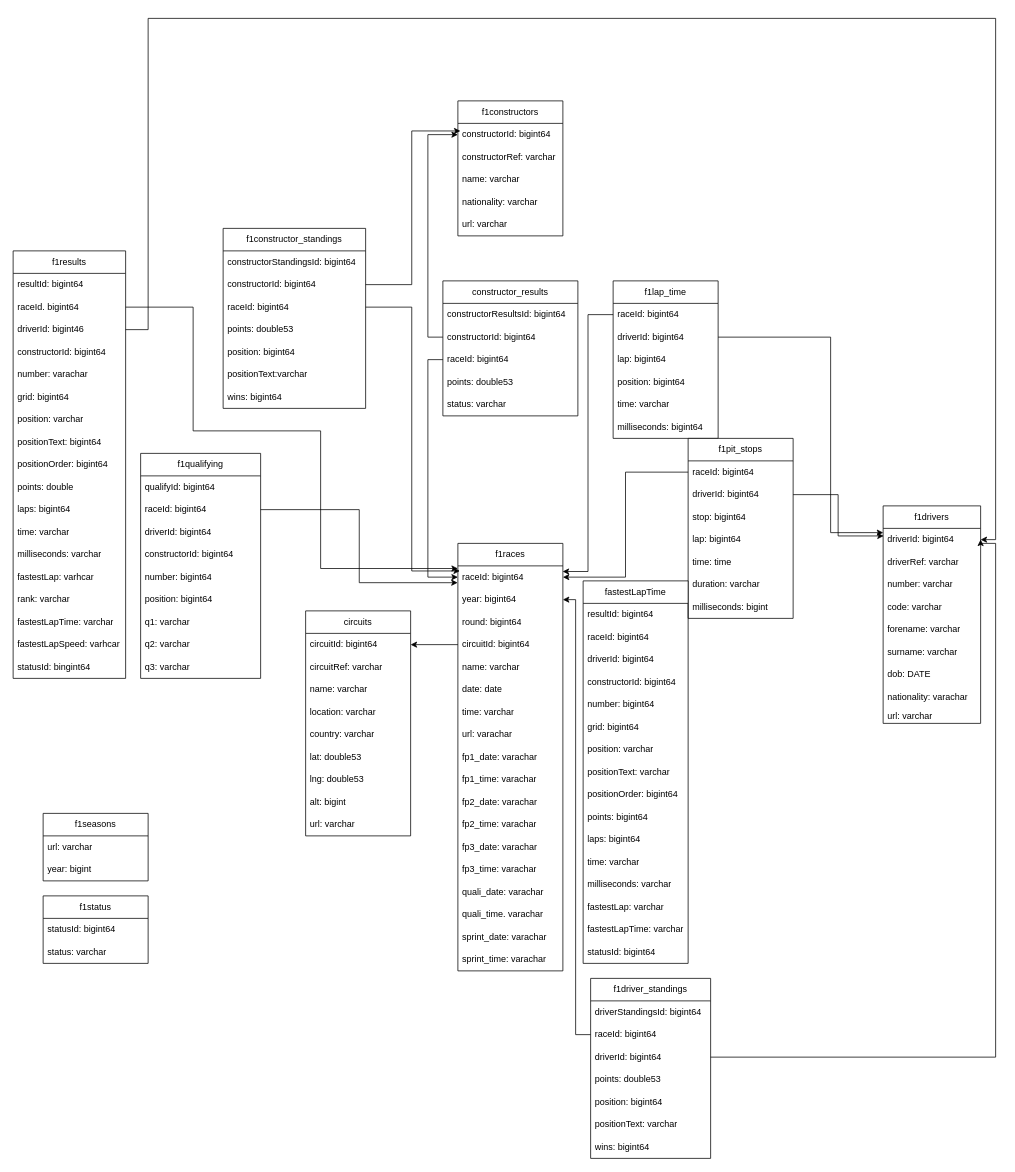
Above: er_diagram/formula1_predictor.drawio in Vence85/formula1_predictor (draw.io), before the change. Source tidied: cells renumbered, new cells numbered last; positions are measured from the earlier drawing's top-left corner, leaving out a move shared by most shapes. Both pictures are drawn from the tidied source at 75%, with x=0, y=0 at pixel (13, 18).
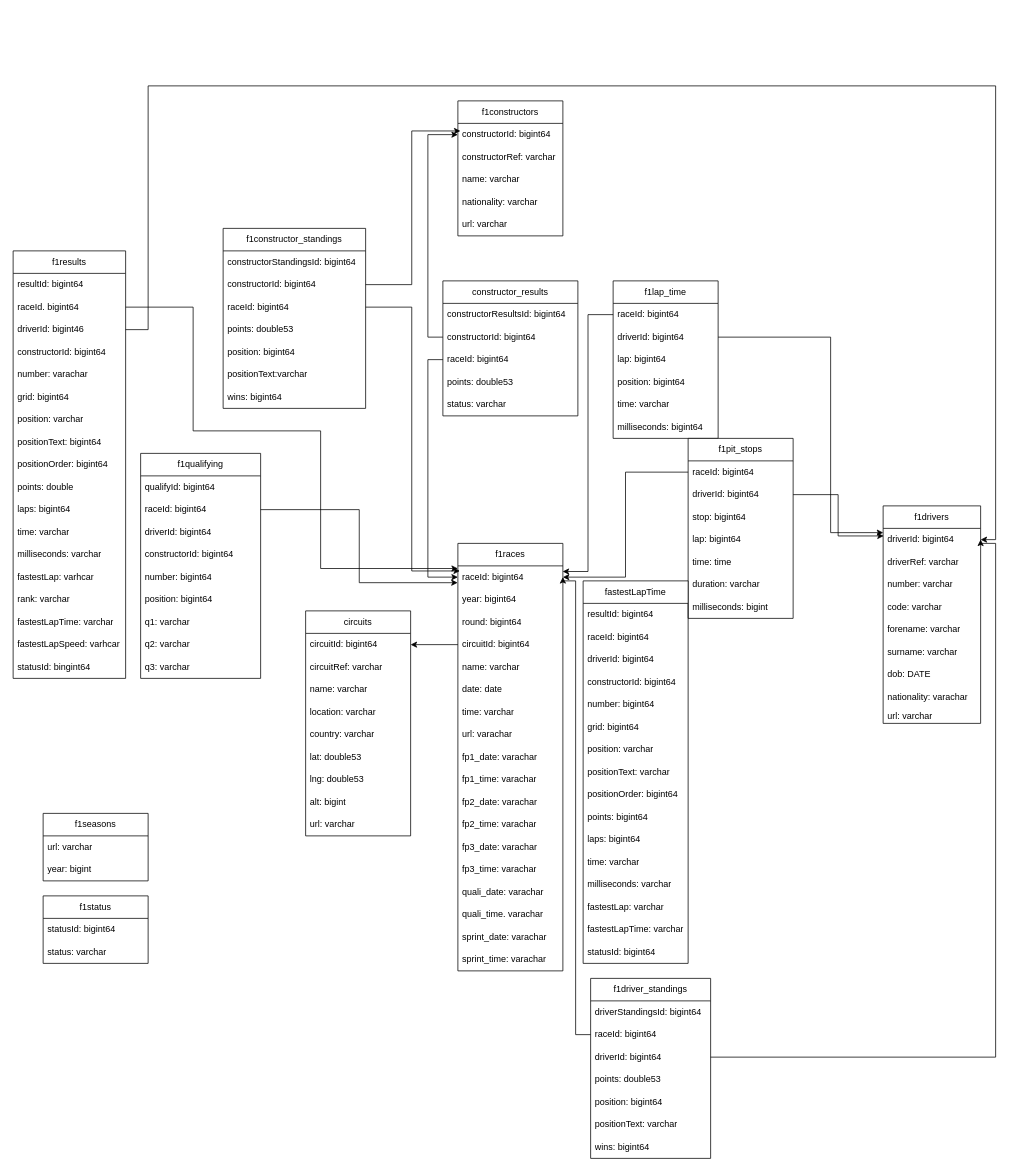
After the change.

Commit message (it also covers changes not shown here):
added an er-diagram over the database

Unchanged cells that the change refers to:
```xml
<mxCell id="31" value="driverId: bigint46" style="text;strokeColor=none;fillColor=none;align=left;verticalAlign=middle;spacingLeft=4;spacingRight=4;overflow=hidden;points=[[0,0.5],[1,0.5]];portConstraint=eastwest;whiteSpace=wrap;html=1;" parent="28" vertex="1">
  <mxGeometry y="90" width="150" height="30" as="geometry" />
</mxCell>
<mxCell id="48" value="raceId: bigint64" style="text;strokeColor=none;fillColor=none;align=left;verticalAlign=middle;spacingLeft=4;spacingRight=4;overflow=hidden;points=[[0,0.5],[1,0.5]];portConstraint=eastwest;whiteSpace=wrap;html=1;" parent="47" vertex="1">
  <mxGeometry y="30" width="140" height="30" as="geometry" />
</mxCell>
<mxCell id="49" value="year: bigint64" style="text;strokeColor=none;fillColor=none;align=left;verticalAlign=middle;spacingLeft=4;spacingRight=4;overflow=hidden;points=[[0,0.5],[1,0.5]];portConstraint=eastwest;whiteSpace=wrap;html=1;" parent="47" vertex="1">
  <mxGeometry y="60" width="140" height="30" as="geometry" />
</mxCell>
<mxCell id="74" value="driverId: bigint64" style="text;strokeColor=none;fillColor=none;align=left;verticalAlign=middle;spacingLeft=4;spacingRight=4;overflow=hidden;points=[[0,0.5],[1,0.5]];portConstraint=eastwest;whiteSpace=wrap;html=1;" parent="73" vertex="1">
  <mxGeometry y="30" width="130" height="30" as="geometry" />
</mxCell>
<mxCell id="85" value="raceId: bigint64" style="text;strokeColor=none;fillColor=none;align=left;verticalAlign=middle;spacingLeft=4;spacingRight=4;overflow=hidden;points=[[0,0.5],[1,0.5]];portConstraint=eastwest;whiteSpace=wrap;html=1;" parent="83" vertex="1">
  <mxGeometry y="60" width="160" height="30" as="geometry" />
</mxCell>
```

The edit, as a diff of the source:
```diff
@@
     <mxCell id="147" style="edgeStyle=orthogonalEdgeStyle;rounded=0;jettySize=auto;html=1;entryX=1;entryY=0.5;entryDx=0;entryDy=0;exitX=1;exitY=0.5;exitDx=0;exitDy=0;" parent="1" edge="1" source="31" target="74">
       <mxGeometry relative="1" as="geometry">
         <Array as="points">
           <mxPoint x="180" y="415" />
-          <mxPoint x="180" />
-          <mxPoint x="1310" />
+          <mxPoint x="180" y="90" />
+          <mxPoint x="1310" y="90" />
           <mxPoint x="1310" y="695" />
         </Array>
       </mxGeometry>
     </mxCell>
-    <mxCell id="148" style="edgeStyle=orthogonalEdgeStyle;rounded=0;jettySize=auto;html=1;" parent="1" edge="1" source="85" target="49">
+    <mxCell id="148" style="edgeStyle=orthogonalEdgeStyle;rounded=0;jettySize=auto;html=1;entryX=1;entryY=0.5;entryDx=0;entryDy=0;" parent="1" edge="1" source="85" target="48">
       <mxGeometry relative="1" as="geometry">
         <Array as="points">
           <mxPoint x="750" y="1355" />
-          <mxPoint x="750" y="775" />
+          <mxPoint x="750" y="750" />
+          <mxPoint x="733" y="750" />
         </Array>
       </mxGeometry>
     </mxCell>
```
